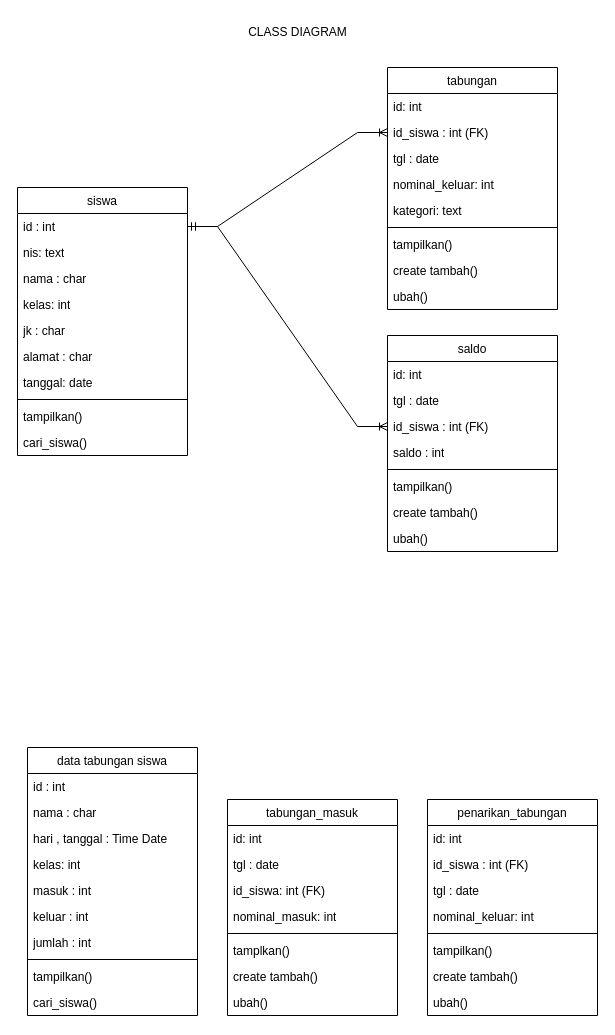
This is class-diagram.drawio from titapuspitas/Tefa-Tabungan, a draw.io file, before an edit. Source tidied: cells renumbered, new cells numbered last; positions are measured from the earlier drawing's top-left corner, leaving out a move shared by most shapes. Both pictures are drawn from the tidied source at 100%, with x=0, y=0 at pixel (17, 17).
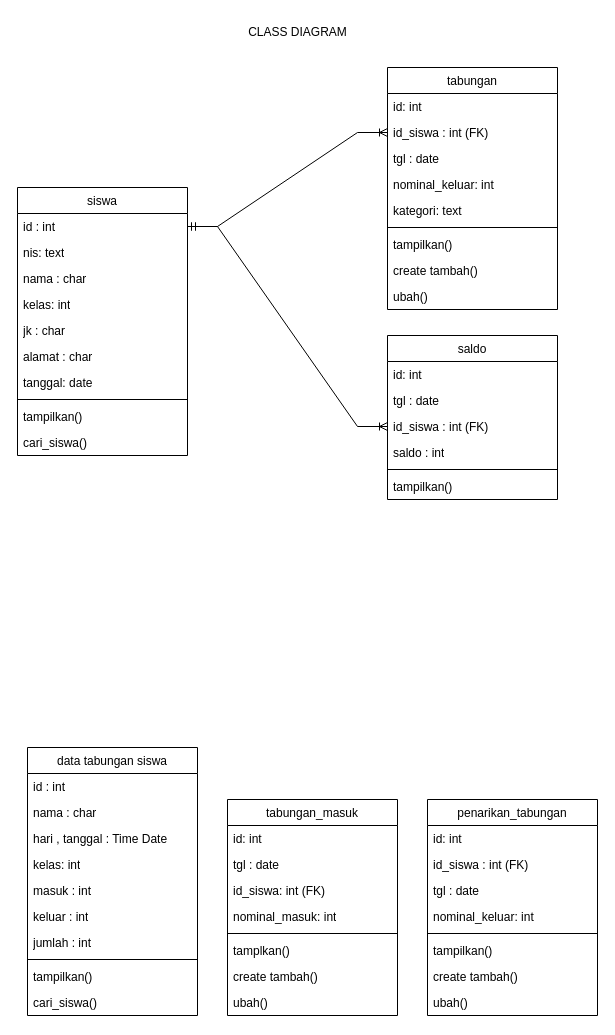
Above is the later version.

Change to the diagram source:
```diff
@@
     <mxCell id="54" value="&lt;span style=&quot;font-weight: 400;&quot;&gt;saldo&lt;/span&gt;" style="swimlane;fontStyle=1;align=center;verticalAlign=top;horizontal=1;startSize=26;whiteSpace=wrap;html=1;" parent="1" vertex="1">
-      <mxGeometry x="370" y="318" width="170" height="216" as="geometry" />
+      <mxGeometry x="370" y="318" width="170" height="164" as="geometry" />
     </mxCell>
@@
-    <mxCell id="61" value="create tambah()" style="text;strokeColor=none;fillColor=none;align=left;verticalAlign=top;spacingLeft=4;spacingRight=4;overflow=hidden;whiteSpace=wrap;html=1;" parent="54" vertex="1">
-      <mxGeometry y="164" width="170" height="26" as="geometry" />
-    </mxCell>
-    <mxCell id="62" value="ubah()" style="text;strokeColor=none;fillColor=none;align=left;verticalAlign=top;spacingLeft=4;spacingRight=4;overflow=hidden;whiteSpace=wrap;html=1;" parent="54" vertex="1">
-      <mxGeometry y="190" width="170" height="26" as="geometry" />
-    </mxCell>
```
